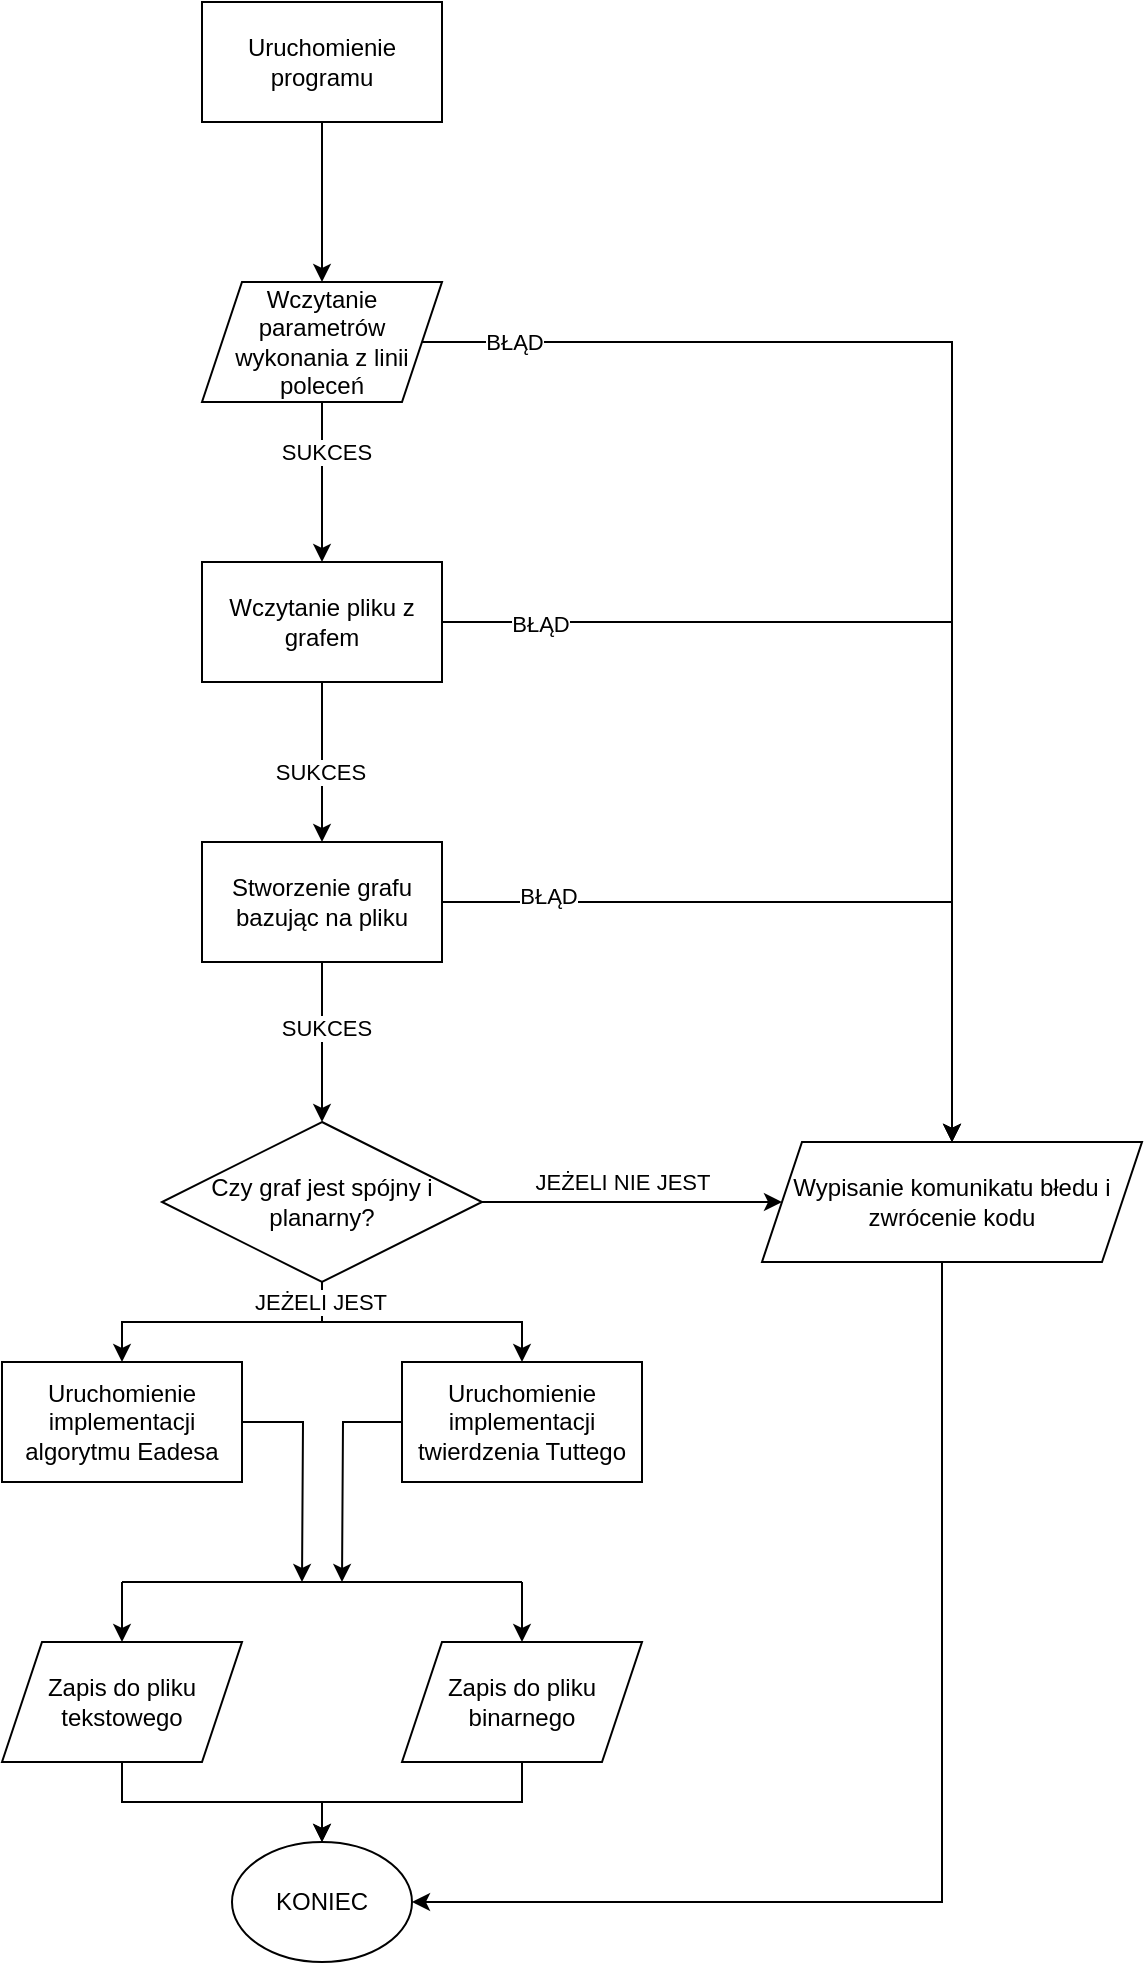
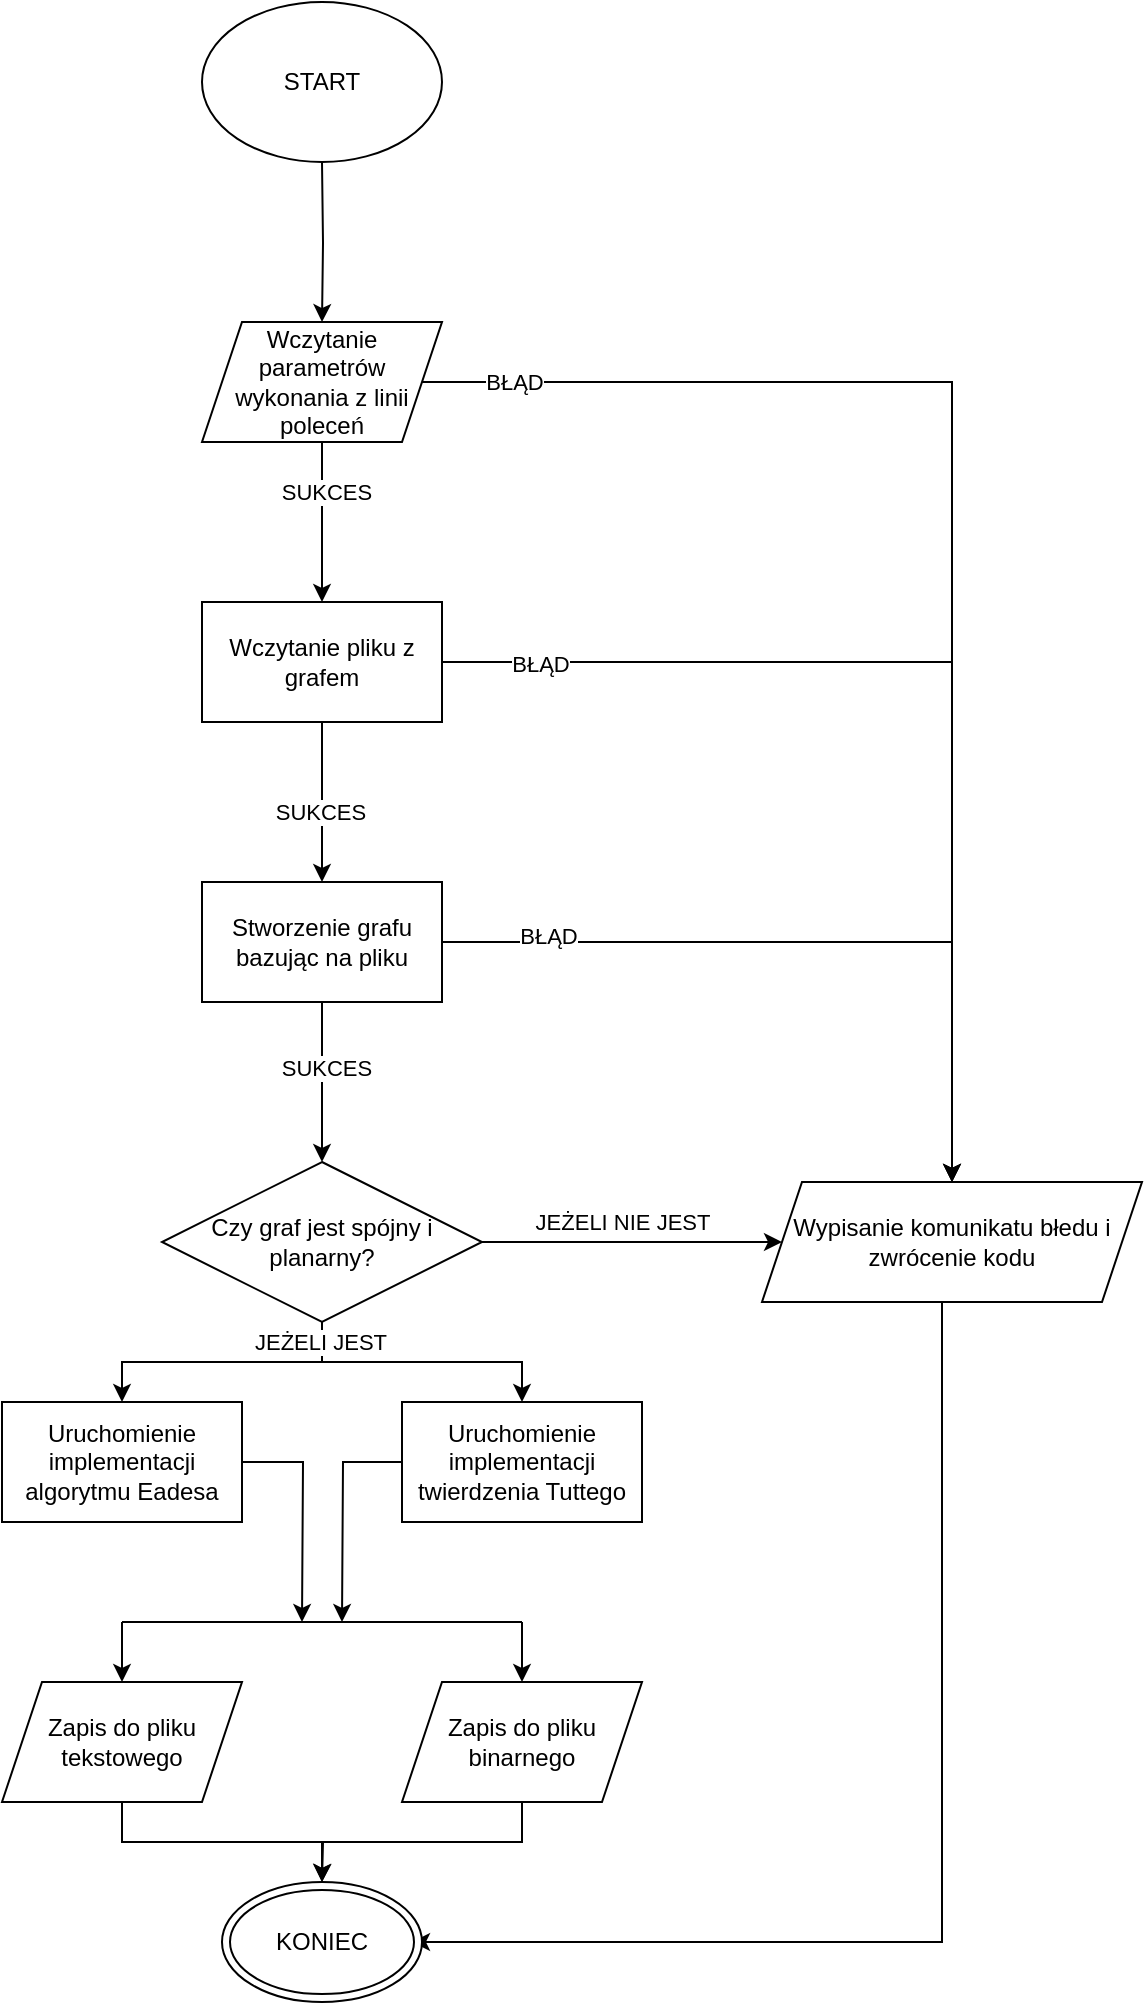
- <mxfile host="app.diagrams.net" agent="Mozilla/5.0 (X11; Linux x86_64; rv:148.0) Gecko/20100101 Firefox/148.0" version="29.6.4">
-   <diagram name="Page-1" id="f2MfFb5IdbFTvdS7H02N">
-     <mxGraphModel dx="1216" dy="1009" grid="1" gridSize="10" guides="1" tooltips="1" connect="1" arrows="1" fold="1" page="1" pageScale="1" pageWidth="850" pageHeight="1100" math="0" shadow="0">
+ <mxfile host="Electron" agent="Mozilla/5.0 (X11; Linux x86_64) AppleWebKit/537.36 (KHTML, like Gecko) draw.io/29.6.1 Chrome/142.0.7444.265 Electron/39.5.2 Safari/537.36" version="29.6.1">
+   <diagram name="Page-1" id="_3y2PiEXlRQBMb_ZNI99">
+     <mxGraphModel dx="1168" dy="712" grid="1" gridSize="10" guides="1" tooltips="1" connect="1" arrows="1" fold="1" page="1" pageScale="1" pageWidth="850" pageHeight="1100" math="0" shadow="0">
      <root>
        <mxCell id="0" />
        <mxCell id="1" parent="0" />
-         <mxCell id="eCZAJHboPLg2ATG-Z3KE-3" edge="1" parent="1" source="eCZAJHboPLg2ATG-Z3KE-1" style="edgeStyle=orthogonalEdgeStyle;rounded=0;orthogonalLoop=1;jettySize=auto;html=1;" target="eCZAJHboPLg2ATG-Z3KE-2" value="">
+         <mxCell id="2XPmPPEzV30lOVOjV-sV-1" edge="1" parent="1" style="edgeStyle=orthogonalEdgeStyle;rounded=0;orthogonalLoop=1;jettySize=auto;html=1;" target="2XPmPPEzV30lOVOjV-sV-7" value="">
+           <mxGeometry relative="1" as="geometry">
+             <mxPoint x="320" y="170" as="sourcePoint" />
+           </mxGeometry>
+         </mxCell>
+         <mxCell id="2XPmPPEzV30lOVOjV-sV-3" edge="1" parent="1" source="2XPmPPEzV30lOVOjV-sV-7" style="edgeStyle=orthogonalEdgeStyle;rounded=0;orthogonalLoop=1;jettySize=auto;html=1;" target="2XPmPPEzV30lOVOjV-sV-12" value="">
          <mxGeometry relative="1" as="geometry" />
        </mxCell>
-         <mxCell id="eCZAJHboPLg2ATG-Z3KE-1" parent="1" style="rounded=0;whiteSpace=wrap;html=1;" value="Uruchomienie programu" vertex="1">
-           <mxGeometry height="60" width="120" x="260" y="110" as="geometry" />
-         </mxCell>
-         <mxCell id="eCZAJHboPLg2ATG-Z3KE-5" edge="1" parent="1" source="eCZAJHboPLg2ATG-Z3KE-2" style="edgeStyle=orthogonalEdgeStyle;rounded=0;orthogonalLoop=1;jettySize=auto;html=1;" target="eCZAJHboPLg2ATG-Z3KE-4" value="">
-           <mxGeometry relative="1" as="geometry" />
-         </mxCell>
-         <mxCell id="eCZAJHboPLg2ATG-Z3KE-37" connectable="0" parent="eCZAJHboPLg2ATG-Z3KE-5" style="edgeLabel;html=1;align=center;verticalAlign=middle;resizable=0;points=[];" value="SUKCES" vertex="1">
+         <mxCell id="2XPmPPEzV30lOVOjV-sV-4" connectable="0" parent="2XPmPPEzV30lOVOjV-sV-3" style="edgeLabel;html=1;align=center;verticalAlign=middle;resizable=0;points=[];" value="SUKCES" vertex="1">
          <mxGeometry relative="1" x="-0.3792" y="2" as="geometry">
            <mxPoint as="offset" />
          </mxGeometry>
        </mxCell>
-         <mxCell id="eCZAJHboPLg2ATG-Z3KE-36" edge="1" parent="1" source="eCZAJHboPLg2ATG-Z3KE-2" style="edgeStyle=orthogonalEdgeStyle;rounded=0;orthogonalLoop=1;jettySize=auto;html=1;entryX=0.5;entryY=0;entryDx=0;entryDy=0;" target="eCZAJHboPLg2ATG-Z3KE-34">
+         <mxCell id="2XPmPPEzV30lOVOjV-sV-5" edge="1" parent="1" source="2XPmPPEzV30lOVOjV-sV-7" style="edgeStyle=orthogonalEdgeStyle;rounded=0;orthogonalLoop=1;jettySize=auto;html=1;entryX=0.5;entryY=0;entryDx=0;entryDy=0;" target="2XPmPPEzV30lOVOjV-sV-35">
          <mxGeometry relative="1" as="geometry" />
        </mxCell>
-         <mxCell id="eCZAJHboPLg2ATG-Z3KE-38" connectable="0" parent="eCZAJHboPLg2ATG-Z3KE-36" style="edgeLabel;html=1;align=center;verticalAlign=middle;resizable=0;points=[];" value="BŁĄD" vertex="1">
+         <mxCell id="2XPmPPEzV30lOVOjV-sV-6" connectable="0" parent="2XPmPPEzV30lOVOjV-sV-5" style="edgeLabel;html=1;align=center;verticalAlign=middle;resizable=0;points=[];" value="BŁĄD" vertex="1">
          <mxGeometry relative="1" x="-0.8632" as="geometry">
            <mxPoint as="offset" />
          </mxGeometry>
        </mxCell>
-         <mxCell id="eCZAJHboPLg2ATG-Z3KE-2" parent="1" style="shape=parallelogram;perimeter=parallelogramPerimeter;whiteSpace=wrap;html=1;fixedSize=1;rounded=0;" value="Wczytanie parametrów wykonania z linii poleceń" vertex="1">
+         <mxCell id="2XPmPPEzV30lOVOjV-sV-7" parent="1" style="shape=parallelogram;perimeter=parallelogramPerimeter;whiteSpace=wrap;html=1;fixedSize=1;rounded=0;" value="Wczytanie parametrów wykonania z linii poleceń" vertex="1">
          <mxGeometry height="60" width="120" x="260" y="250" as="geometry" />
        </mxCell>
-         <mxCell id="eCZAJHboPLg2ATG-Z3KE-7" edge="1" parent="1" source="eCZAJHboPLg2ATG-Z3KE-4" style="edgeStyle=orthogonalEdgeStyle;rounded=0;orthogonalLoop=1;jettySize=auto;html=1;" target="eCZAJHboPLg2ATG-Z3KE-6" value="">
+         <mxCell id="2XPmPPEzV30lOVOjV-sV-8" edge="1" parent="1" source="2XPmPPEzV30lOVOjV-sV-12" style="edgeStyle=orthogonalEdgeStyle;rounded=0;orthogonalLoop=1;jettySize=auto;html=1;" target="2XPmPPEzV30lOVOjV-sV-17" value="">
          <mxGeometry relative="1" as="geometry" />
        </mxCell>
-         <mxCell id="eCZAJHboPLg2ATG-Z3KE-39" connectable="0" parent="eCZAJHboPLg2ATG-Z3KE-7" style="edgeLabel;html=1;align=center;verticalAlign=middle;resizable=0;points=[];" value="SUKCES" vertex="1">
+         <mxCell id="2XPmPPEzV30lOVOjV-sV-9" connectable="0" parent="2XPmPPEzV30lOVOjV-sV-8" style="edgeLabel;html=1;align=center;verticalAlign=middle;resizable=0;points=[];" value="SUKCES" vertex="1">
          <mxGeometry relative="1" x="0.1208" y="-1" as="geometry">
            <mxPoint as="offset" />
          </mxGeometry>
        </mxCell>
-         <mxCell id="eCZAJHboPLg2ATG-Z3KE-40" edge="1" parent="1" source="eCZAJHboPLg2ATG-Z3KE-4" style="edgeStyle=orthogonalEdgeStyle;rounded=0;orthogonalLoop=1;jettySize=auto;html=1;entryX=0.5;entryY=0;entryDx=0;entryDy=0;" target="eCZAJHboPLg2ATG-Z3KE-34">
+         <mxCell id="2XPmPPEzV30lOVOjV-sV-10" edge="1" parent="1" source="2XPmPPEzV30lOVOjV-sV-12" style="edgeStyle=orthogonalEdgeStyle;rounded=0;orthogonalLoop=1;jettySize=auto;html=1;entryX=0.5;entryY=0;entryDx=0;entryDy=0;" target="2XPmPPEzV30lOVOjV-sV-35">
          <mxGeometry relative="1" as="geometry" />
        </mxCell>
-         <mxCell id="eCZAJHboPLg2ATG-Z3KE-41" connectable="0" parent="eCZAJHboPLg2ATG-Z3KE-40" style="edgeLabel;html=1;align=center;verticalAlign=middle;resizable=0;points=[];" value="BŁĄD" vertex="1">
+         <mxCell id="2XPmPPEzV30lOVOjV-sV-11" connectable="0" parent="2XPmPPEzV30lOVOjV-sV-10" style="edgeLabel;html=1;align=center;verticalAlign=middle;resizable=0;points=[];" value="BŁĄD" vertex="1">
          <mxGeometry relative="1" x="-0.8104" y="-1" as="geometry">
            <mxPoint as="offset" />
          </mxGeometry>
        </mxCell>
-         <mxCell id="eCZAJHboPLg2ATG-Z3KE-4" parent="1" style="whiteSpace=wrap;html=1;rounded=0;" value="Wczytanie pliku z grafem" vertex="1">
+         <mxCell id="2XPmPPEzV30lOVOjV-sV-12" parent="1" style="whiteSpace=wrap;html=1;rounded=0;" value="Wczytanie pliku z grafem" vertex="1">
          <mxGeometry height="60" width="120" x="260" y="390" as="geometry" />
        </mxCell>
-         <mxCell id="eCZAJHboPLg2ATG-Z3KE-9" edge="1" parent="1" source="eCZAJHboPLg2ATG-Z3KE-6" style="edgeStyle=orthogonalEdgeStyle;rounded=0;orthogonalLoop=1;jettySize=auto;html=1;" value="">
+         <mxCell id="2XPmPPEzV30lOVOjV-sV-13" edge="1" parent="1" source="2XPmPPEzV30lOVOjV-sV-17" style="edgeStyle=orthogonalEdgeStyle;rounded=0;orthogonalLoop=1;jettySize=auto;html=1;" value="">
          <mxGeometry relative="1" as="geometry">
            <mxPoint x="320" y="670" as="targetPoint" />
          </mxGeometry>
        </mxCell>
-         <mxCell id="eCZAJHboPLg2ATG-Z3KE-44" connectable="0" parent="eCZAJHboPLg2ATG-Z3KE-9" style="edgeLabel;html=1;align=center;verticalAlign=middle;resizable=0;points=[];" value="SUKCES" vertex="1">
+         <mxCell id="2XPmPPEzV30lOVOjV-sV-14" connectable="0" parent="2XPmPPEzV30lOVOjV-sV-13" style="edgeLabel;html=1;align=center;verticalAlign=middle;resizable=0;points=[];" value="SUKCES" vertex="1">
          <mxGeometry relative="1" x="-0.1917" y="2" as="geometry">
            <mxPoint as="offset" />
          </mxGeometry>
        </mxCell>
-         <mxCell id="eCZAJHboPLg2ATG-Z3KE-42" edge="1" parent="1" source="eCZAJHboPLg2ATG-Z3KE-6" style="edgeStyle=orthogonalEdgeStyle;rounded=0;orthogonalLoop=1;jettySize=auto;html=1;entryX=0.5;entryY=0;entryDx=0;entryDy=0;" target="eCZAJHboPLg2ATG-Z3KE-34">
+         <mxCell id="2XPmPPEzV30lOVOjV-sV-15" edge="1" parent="1" source="2XPmPPEzV30lOVOjV-sV-17" style="edgeStyle=orthogonalEdgeStyle;rounded=0;orthogonalLoop=1;jettySize=auto;html=1;entryX=0.5;entryY=0;entryDx=0;entryDy=0;" target="2XPmPPEzV30lOVOjV-sV-35">
          <mxGeometry relative="1" as="geometry" />
        </mxCell>
-         <mxCell id="eCZAJHboPLg2ATG-Z3KE-43" connectable="0" parent="eCZAJHboPLg2ATG-Z3KE-42" style="edgeLabel;html=1;align=center;verticalAlign=middle;resizable=0;points=[];" value="BŁĄD" vertex="1">
+         <mxCell id="2XPmPPEzV30lOVOjV-sV-16" connectable="0" parent="2XPmPPEzV30lOVOjV-sV-15" style="edgeLabel;html=1;align=center;verticalAlign=middle;resizable=0;points=[];" value="BŁĄD" vertex="1">
          <mxGeometry relative="1" x="-0.7173" y="3" as="geometry">
            <mxPoint as="offset" />
          </mxGeometry>
        </mxCell>
-         <mxCell id="eCZAJHboPLg2ATG-Z3KE-6" parent="1" style="whiteSpace=wrap;html=1;rounded=0;" value="Stworzenie grafu bazując na pliku" vertex="1">
+         <mxCell id="2XPmPPEzV30lOVOjV-sV-17" parent="1" style="whiteSpace=wrap;html=1;rounded=0;" value="Stworzenie grafu bazując na pliku" vertex="1">
          <mxGeometry height="60" width="120" x="260" y="530" as="geometry" />
        </mxCell>
-         <mxCell id="eCZAJHboPLg2ATG-Z3KE-11" edge="1" parent="1" source="eCZAJHboPLg2ATG-Z3KE-30" style="edgeStyle=orthogonalEdgeStyle;rounded=0;orthogonalLoop=1;jettySize=auto;html=1;exitX=0.5;exitY=1;exitDx=0;exitDy=0;" target="eCZAJHboPLg2ATG-Z3KE-10" value="">
+         <mxCell id="2XPmPPEzV30lOVOjV-sV-18" edge="1" parent="1" source="2XPmPPEzV30lOVOjV-sV-33" style="edgeStyle=orthogonalEdgeStyle;rounded=0;orthogonalLoop=1;jettySize=auto;html=1;exitX=0.5;exitY=1;exitDx=0;exitDy=0;" target="2XPmPPEzV30lOVOjV-sV-20" value="">
          <mxGeometry relative="1" as="geometry">
            <mxPoint x="320" y="730" as="sourcePoint" />
          </mxGeometry>
        </mxCell>
-         <mxCell id="eCZAJHboPLg2ATG-Z3KE-14" edge="1" parent="1" source="eCZAJHboPLg2ATG-Z3KE-10" style="edgeStyle=orthogonalEdgeStyle;rounded=0;orthogonalLoop=1;jettySize=auto;html=1;">
+         <mxCell id="2XPmPPEzV30lOVOjV-sV-19" edge="1" parent="1" source="2XPmPPEzV30lOVOjV-sV-20" style="edgeStyle=orthogonalEdgeStyle;rounded=0;orthogonalLoop=1;jettySize=auto;html=1;">
          <mxGeometry relative="1" as="geometry">
            <mxPoint x="310" y="900" as="targetPoint" />
          </mxGeometry>
        </mxCell>
-         <mxCell id="eCZAJHboPLg2ATG-Z3KE-10" parent="1" style="whiteSpace=wrap;html=1;rounded=0;" value="Uruchomienie implementacji algorytmu Eadesa" vertex="1">
+         <mxCell id="2XPmPPEzV30lOVOjV-sV-20" parent="1" style="whiteSpace=wrap;html=1;rounded=0;" value="Uruchomienie implementacji algorytmu Eadesa" vertex="1">
          <mxGeometry height="60" width="120" x="160" y="790" as="geometry" />
        </mxCell>
-         <mxCell id="eCZAJHboPLg2ATG-Z3KE-15" edge="1" parent="1" source="eCZAJHboPLg2ATG-Z3KE-12" style="edgeStyle=orthogonalEdgeStyle;rounded=0;orthogonalLoop=1;jettySize=auto;html=1;">
+         <mxCell id="2XPmPPEzV30lOVOjV-sV-21" edge="1" parent="1" source="2XPmPPEzV30lOVOjV-sV-22" style="edgeStyle=orthogonalEdgeStyle;rounded=0;orthogonalLoop=1;jettySize=auto;html=1;">
          <mxGeometry relative="1" as="geometry">
            <mxPoint x="330" y="900" as="targetPoint" />
          </mxGeometry>
        </mxCell>
-         <mxCell id="eCZAJHboPLg2ATG-Z3KE-12" parent="1" style="whiteSpace=wrap;html=1;rounded=0;" value="Uruchomienie implementacji twierdzenia Tuttego" vertex="1">
+         <mxCell id="2XPmPPEzV30lOVOjV-sV-22" parent="1" style="whiteSpace=wrap;html=1;rounded=0;" value="Uruchomienie implementacji twierdzenia Tuttego" vertex="1">
          <mxGeometry height="60" width="120" x="360" y="790" as="geometry" />
        </mxCell>
-         <mxCell id="eCZAJHboPLg2ATG-Z3KE-16" edge="1" parent="1" style="endArrow=none;html=1;rounded=0;" value="">
+         <mxCell id="2XPmPPEzV30lOVOjV-sV-23" edge="1" parent="1" style="endArrow=none;html=1;rounded=0;" value="">
          <mxGeometry height="50" relative="1" width="50" as="geometry">
            <Array as="points">
              <mxPoint x="340" y="900" />
            </Array>
            <mxPoint x="220" y="900" as="sourcePoint" />
            <mxPoint x="420" y="900" as="targetPoint" />
          </mxGeometry>
        </mxCell>
-         <mxCell id="eCZAJHboPLg2ATG-Z3KE-17" edge="1" parent="1" style="endArrow=classic;html=1;rounded=0;" value="">
+         <mxCell id="2XPmPPEzV30lOVOjV-sV-24" edge="1" parent="1" style="endArrow=classic;html=1;rounded=0;" value="">
          <mxGeometry height="50" relative="1" width="50" as="geometry">
            <mxPoint x="220" y="900" as="sourcePoint" />
            <mxPoint x="220" y="930" as="targetPoint" />
          </mxGeometry>
        </mxCell>
-         <mxCell id="eCZAJHboPLg2ATG-Z3KE-18" edge="1" parent="1" style="endArrow=classic;html=1;rounded=0;" value="">
+         <mxCell id="2XPmPPEzV30lOVOjV-sV-25" edge="1" parent="1" style="endArrow=classic;html=1;rounded=0;" value="">
          <mxGeometry height="50" relative="1" width="50" as="geometry">
            <mxPoint x="420" y="900" as="sourcePoint" />
            <mxPoint x="420" y="930" as="targetPoint" />
          </mxGeometry>
        </mxCell>
-         <mxCell id="eCZAJHboPLg2ATG-Z3KE-22" edge="1" parent="1" source="eCZAJHboPLg2ATG-Z3KE-45" style="edgeStyle=orthogonalEdgeStyle;rounded=0;orthogonalLoop=1;jettySize=auto;html=1;entryX=0.5;entryY=0;entryDx=0;entryDy=0;exitX=0.5;exitY=1;exitDx=0;exitDy=0;" target="eCZAJHboPLg2ATG-Z3KE-21">
+         <mxCell id="2XPmPPEzV30lOVOjV-sV-26" edge="1" parent="1" source="2XPmPPEzV30lOVOjV-sV-36" style="edgeStyle=orthogonalEdgeStyle;rounded=0;orthogonalLoop=1;jettySize=auto;html=1;entryX=0.5;entryY=0;entryDx=0;entryDy=0;exitX=0.5;exitY=1;exitDx=0;exitDy=0;">
          <mxGeometry relative="1" as="geometry">
            <mxPoint x="220" y="1010" as="sourcePoint" />
+             <mxPoint x="320" y="1030.0000000000002" as="targetPoint" />
          </mxGeometry>
        </mxCell>
-         <mxCell id="eCZAJHboPLg2ATG-Z3KE-23" edge="1" parent="1" style="edgeStyle=orthogonalEdgeStyle;rounded=0;orthogonalLoop=1;jettySize=auto;html=1;entryX=0.5;entryY=0;entryDx=0;entryDy=0;" target="eCZAJHboPLg2ATG-Z3KE-21">
+         <mxCell id="2XPmPPEzV30lOVOjV-sV-27" edge="1" parent="1" style="edgeStyle=orthogonalEdgeStyle;rounded=0;orthogonalLoop=1;jettySize=auto;html=1;entryX=0.5;entryY=0;entryDx=0;entryDy=0;">
          <mxGeometry relative="1" as="geometry">
            <Array as="points">
              <mxPoint x="420" y="1010" />
              <mxPoint x="320" y="1010" />
            </Array>
            <mxPoint x="420.0000000000002" y="990" as="sourcePoint" />
+             <mxPoint x="320" y="1030.0000000000002" as="targetPoint" />
          </mxGeometry>
        </mxCell>
-         <mxCell id="eCZAJHboPLg2ATG-Z3KE-21" parent="1" style="ellipse;whiteSpace=wrap;html=1;" value="KONIEC" vertex="1">
-           <mxGeometry height="60" width="90" x="275" y="1030" as="geometry" />
-         </mxCell>
-         <mxCell id="eCZAJHboPLg2ATG-Z3KE-26" edge="1" parent="1" source="eCZAJHboPLg2ATG-Z3KE-30" style="edgeStyle=orthogonalEdgeStyle;rounded=0;orthogonalLoop=1;jettySize=auto;html=1;" target="eCZAJHboPLg2ATG-Z3KE-12" value="">
+         <mxCell id="2XPmPPEzV30lOVOjV-sV-29" edge="1" parent="1" source="2XPmPPEzV30lOVOjV-sV-33" style="edgeStyle=orthogonalEdgeStyle;rounded=0;orthogonalLoop=1;jettySize=auto;html=1;" target="2XPmPPEzV30lOVOjV-sV-22" value="">
          <mxGeometry relative="1" as="geometry">
            <mxPoint x="320.02857142857135" y="730" as="sourcePoint" />
          </mxGeometry>
        </mxCell>
-         <mxCell id="eCZAJHboPLg2ATG-Z3KE-33" connectable="0" parent="eCZAJHboPLg2ATG-Z3KE-26" style="edgeLabel;html=1;align=center;verticalAlign=middle;resizable=0;points=[];" value="JEŻELI JEST" vertex="1">
+         <mxCell id="2XPmPPEzV30lOVOjV-sV-30" connectable="0" parent="2XPmPPEzV30lOVOjV-sV-29" style="edgeLabel;html=1;align=center;verticalAlign=middle;resizable=0;points=[];" value="JEŻELI JEST" vertex="1">
          <mxGeometry relative="1" x="-0.8627" y="-1" as="geometry">
            <mxPoint as="offset" />
          </mxGeometry>
        </mxCell>
-         <mxCell id="eCZAJHboPLg2ATG-Z3KE-27" edge="1" parent="1" source="eCZAJHboPLg2ATG-Z3KE-30" style="edgeStyle=orthogonalEdgeStyle;rounded=0;orthogonalLoop=1;jettySize=auto;html=1;exitX=1;exitY=0.5;exitDx=0;exitDy=0;entryX=0;entryY=0.5;entryDx=0;entryDy=0;">
+         <mxCell id="2XPmPPEzV30lOVOjV-sV-31" edge="1" parent="1" source="2XPmPPEzV30lOVOjV-sV-33" style="edgeStyle=orthogonalEdgeStyle;rounded=0;orthogonalLoop=1;jettySize=auto;html=1;exitX=1;exitY=0.5;exitDx=0;exitDy=0;entryX=0;entryY=0.5;entryDx=0;entryDy=0;">
          <mxGeometry relative="1" as="geometry">
            <mxPoint x="420" y="700" as="sourcePoint" />
            <mxPoint x="550" y="710" as="targetPoint" />
          </mxGeometry>
        </mxCell>
-         <mxCell id="eCZAJHboPLg2ATG-Z3KE-28" connectable="0" parent="eCZAJHboPLg2ATG-Z3KE-27" style="edgeLabel;html=1;align=center;verticalAlign=middle;resizable=0;points=[];" value="JEŻELI NIE JEST" vertex="1">
+         <mxCell id="2XPmPPEzV30lOVOjV-sV-32" connectable="0" parent="2XPmPPEzV30lOVOjV-sV-31" style="edgeLabel;html=1;align=center;verticalAlign=middle;resizable=0;points=[];" value="JEŻELI NIE JEST" vertex="1">
          <mxGeometry relative="1" x="-0.0321" y="2" as="geometry">
            <mxPoint x="-3" y="-8" as="offset" />
          </mxGeometry>
        </mxCell>
-         <mxCell id="eCZAJHboPLg2ATG-Z3KE-30" parent="1" style="rhombus;whiteSpace=wrap;html=1;" value="Czy graf jest spójny i planarny?" vertex="1">
+         <mxCell id="2XPmPPEzV30lOVOjV-sV-33" parent="1" style="rhombus;whiteSpace=wrap;html=1;" value="Czy graf jest spójny i planarny?" vertex="1">
          <mxGeometry height="80" width="160" x="240" y="670" as="geometry" />
        </mxCell>
-         <mxCell id="eCZAJHboPLg2ATG-Z3KE-35" edge="1" parent="1" source="eCZAJHboPLg2ATG-Z3KE-34" style="edgeStyle=orthogonalEdgeStyle;rounded=0;orthogonalLoop=1;jettySize=auto;html=1;entryX=1;entryY=0.5;entryDx=0;entryDy=0;" target="eCZAJHboPLg2ATG-Z3KE-21">
+         <mxCell id="2XPmPPEzV30lOVOjV-sV-34" edge="1" parent="1" source="2XPmPPEzV30lOVOjV-sV-35" style="edgeStyle=orthogonalEdgeStyle;rounded=0;orthogonalLoop=1;jettySize=auto;html=1;entryX=1;entryY=0.5;entryDx=0;entryDy=0;">
          <mxGeometry relative="1" as="geometry">
            <Array as="points">
              <mxPoint x="630" y="1060" />
            </Array>
+             <mxPoint x="365.00000000000455" y="1060.0000000000002" as="targetPoint" />
          </mxGeometry>
        </mxCell>
-         <mxCell id="eCZAJHboPLg2ATG-Z3KE-34" parent="1" style="shape=parallelogram;perimeter=parallelogramPerimeter;whiteSpace=wrap;html=1;fixedSize=1;" value="Wypisanie komunikatu błedu i zwrócenie kodu" vertex="1">
+         <mxCell id="2XPmPPEzV30lOVOjV-sV-35" parent="1" style="shape=parallelogram;perimeter=parallelogramPerimeter;whiteSpace=wrap;html=1;fixedSize=1;" value="Wypisanie komunikatu błedu i zwrócenie kodu" vertex="1">
          <mxGeometry height="60" width="190" x="540" y="680" as="geometry" />
        </mxCell>
-         <mxCell id="eCZAJHboPLg2ATG-Z3KE-45" parent="1" style="shape=parallelogram;perimeter=parallelogramPerimeter;whiteSpace=wrap;html=1;fixedSize=1;" value="Zapis do pliku tekstowego" vertex="1">
+         <mxCell id="2XPmPPEzV30lOVOjV-sV-36" parent="1" style="shape=parallelogram;perimeter=parallelogramPerimeter;whiteSpace=wrap;html=1;fixedSize=1;" value="Zapis do pliku tekstowego" vertex="1">
          <mxGeometry height="60" width="120" x="160" y="930" as="geometry" />
        </mxCell>
-         <mxCell id="eCZAJHboPLg2ATG-Z3KE-46" parent="1" style="shape=parallelogram;perimeter=parallelogramPerimeter;whiteSpace=wrap;html=1;fixedSize=1;" value="Zapis do pliku binarnego" vertex="1">
+         <mxCell id="2XPmPPEzV30lOVOjV-sV-37" parent="1" style="shape=parallelogram;perimeter=parallelogramPerimeter;whiteSpace=wrap;html=1;fixedSize=1;" value="Zapis do pliku binarnego" vertex="1">
          <mxGeometry height="60" width="120" x="360" y="930" as="geometry" />
+         </mxCell>
+         <mxCell id="2XPmPPEzV30lOVOjV-sV-38" parent="1" style="ellipse;whiteSpace=wrap;html=1;" value="START" vertex="1">
+           <mxGeometry height="80" width="120" x="260" y="90" as="geometry" />
+         </mxCell>
+         <mxCell id="2XPmPPEzV30lOVOjV-sV-39" parent="1" style="ellipse;shape=doubleEllipse;whiteSpace=wrap;html=1;" value="KONIEC" vertex="1">
+           <mxGeometry height="60" width="100" x="270" y="1030" as="geometry" />
        </mxCell>
      </root>
    </mxGraphModel>
  </diagram>
</mxfile>
